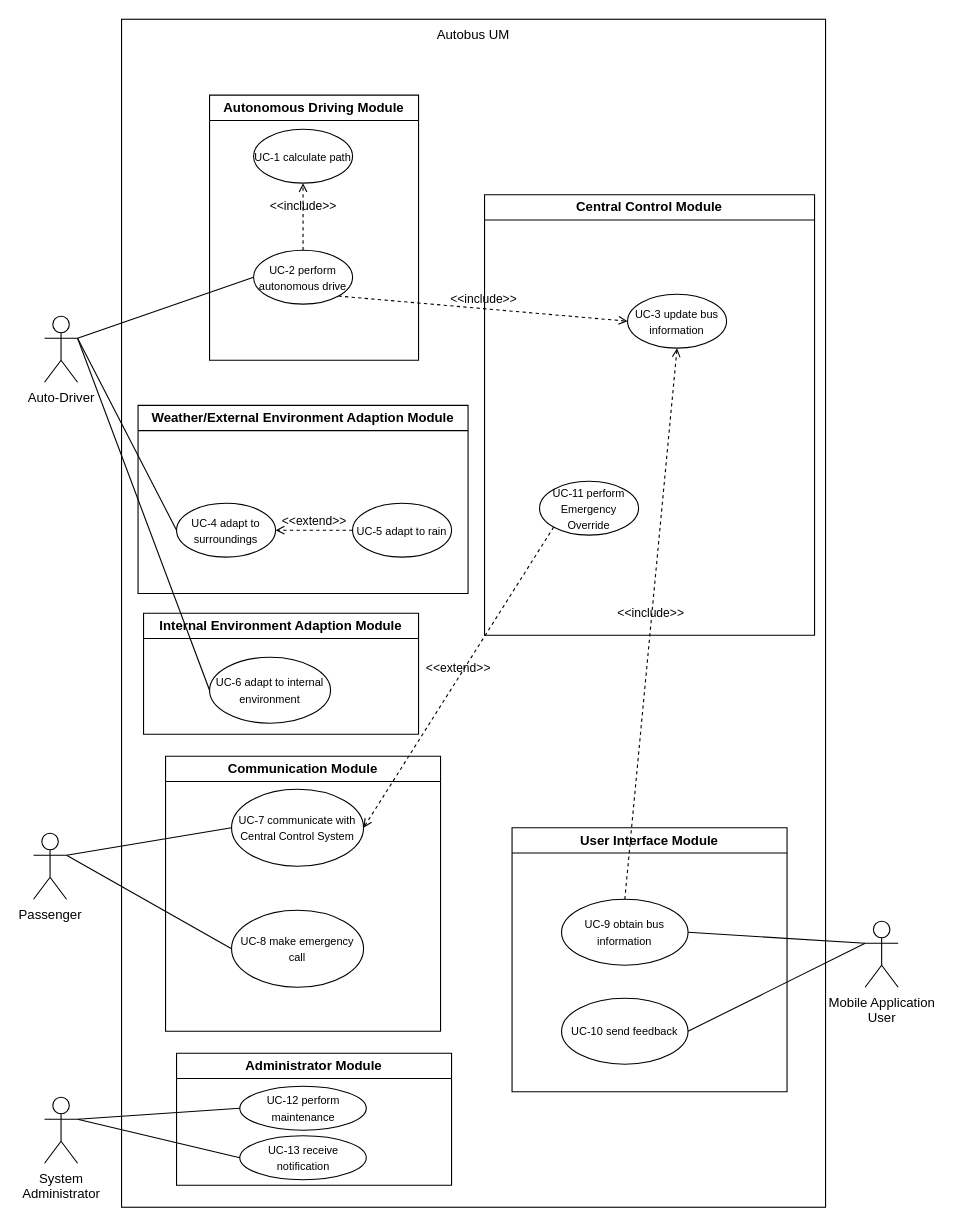
This is UCDwia2002project.drawio from justn0thinghere/drawio, a draw.io file, before an edit. Source tidied: cells renumbered, new cells numbered last; positions are measured from the earlier drawing's top-left corner, leaving out a move shared by most shapes. Both pictures are drawn from the tidied source at 110%, with x=0, y=0 at pixel (33, 19).
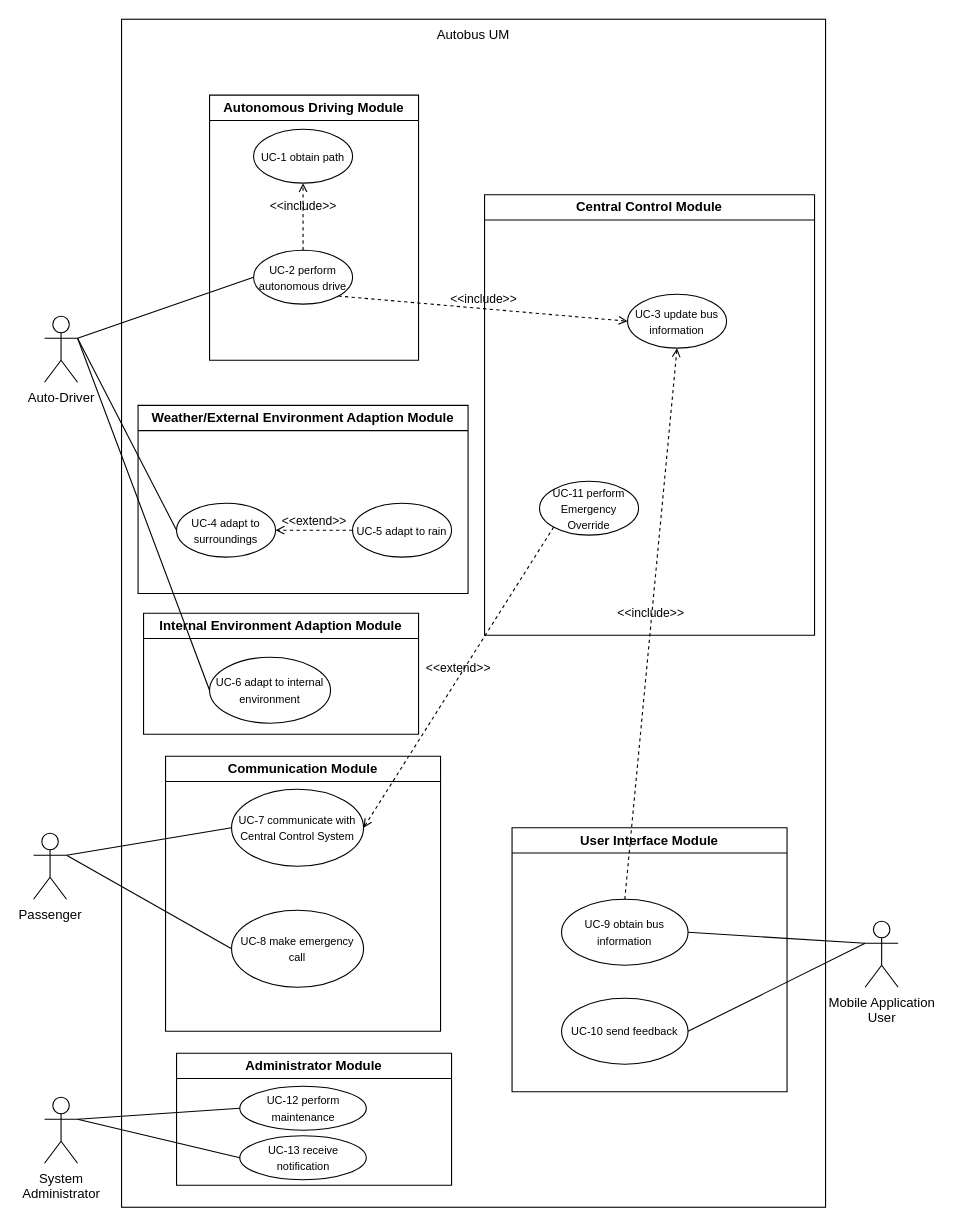
After the change.

The change refers to these unchanged cells:
```xml
<mxCell id="4" value="Autonomous Driving Module" style="swimlane;whiteSpace=wrap;html=1;" parent="1" vertex="1">
  <mxGeometry x="160" y="69" width="190" height="241" as="geometry" />
</mxCell>
```

The edit, as a diff of the source:
```diff
@@
-    <mxCell id="5" value="&lt;font style=&quot;font-size: 10px;&quot;&gt;UC-1 calculate path&lt;/font&gt;" style="ellipse;whiteSpace=wrap;html=1;" parent="4" vertex="1">
+    <mxCell id="5" value="&lt;font style=&quot;font-size: 10px;&quot;&gt;UC-1 obtain path&lt;/font&gt;" style="ellipse;whiteSpace=wrap;html=1;" parent="4" vertex="1">
       <mxGeometry x="40" y="31" width="90" height="49" as="geometry" />
     </mxCell>
```
